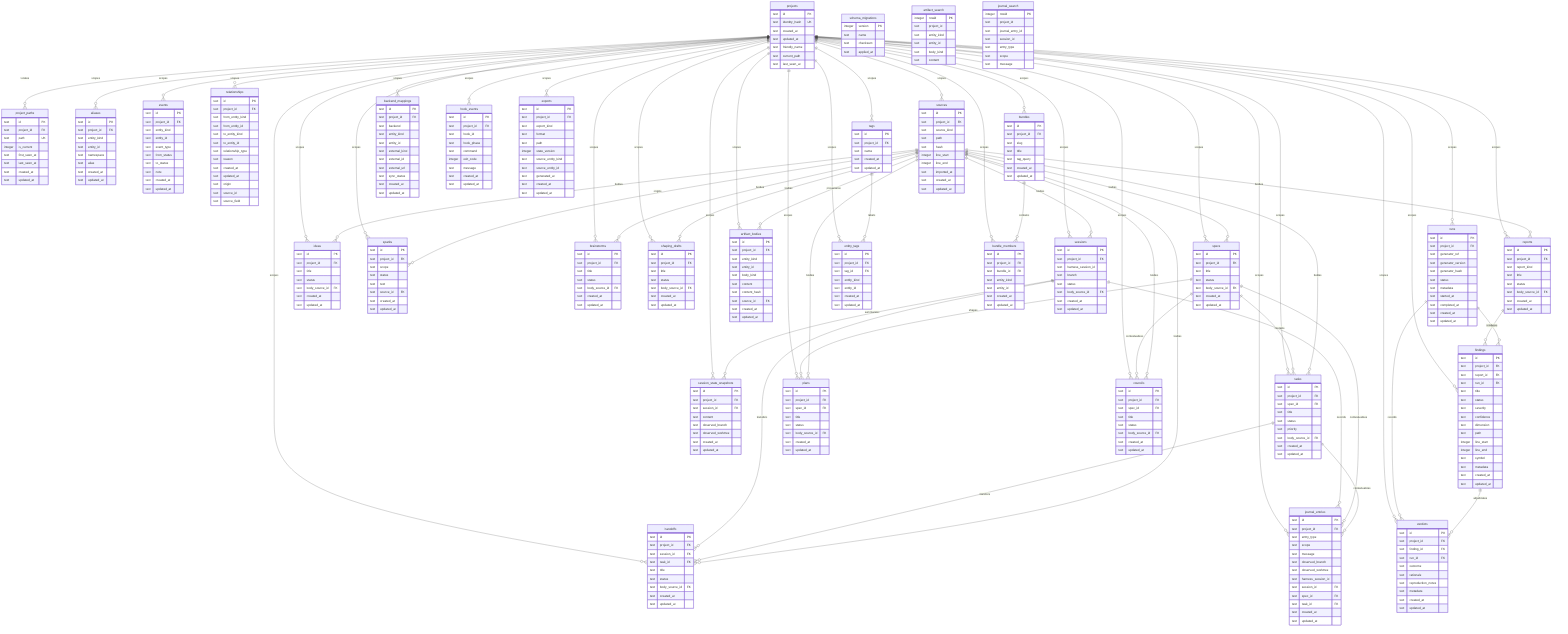
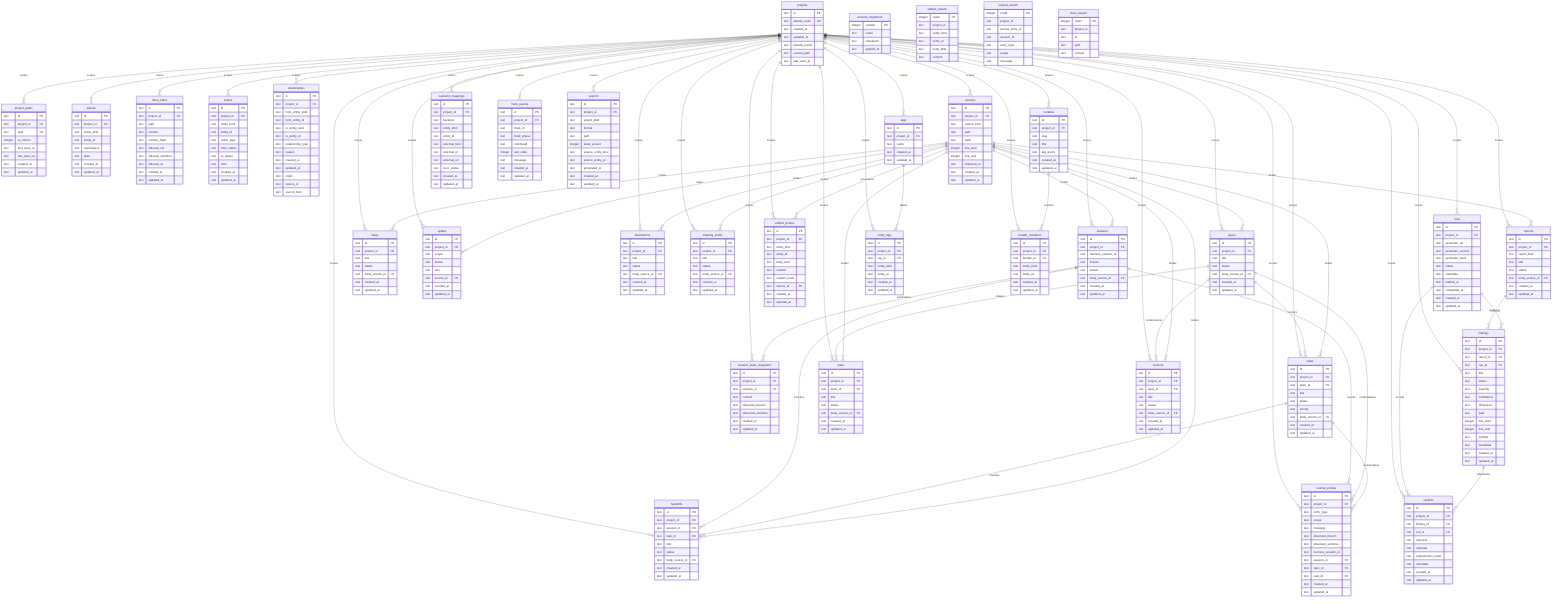
erDiagram
  projects {
    text id PK
    text identity_hash UK
    text created_at
    text updated_at
    text friendly_name
    text current_path
    text last_seen_at
  }
  project_paths {
    text id PK
    text project_id FK
    text path UK
    integer is_current
    text first_seen_at
    text last_seen_at
    text created_at
    text updated_at
  }
  schema_migrations {
    integer version PK
    text name
    text checksum
    text applied_at
  }
  aliases {
    text id PK
    text project_id FK
    text entity_kind
    text entity_id
    text namespace
    text alias
    text created_at
    text updated_at
  }
  specs {
    text id PK
    text project_id FK
    text title
    text status
    text body_source_id FK
    text created_at
    text updated_at
  }
  tasks {
    text id PK
    text project_id FK
    text spec_id FK
    text title
    text status
    text priority
    text body_source_id FK
    text created_at
    text updated_at
  }
  ideas {
    text id PK
    text project_id FK
    text title
    text status
    text body_source_id FK
    text created_at
    text updated_at
  }
  sparks {
    text id PK
    text project_id FK
    text scope
    text status
    text text
    text source_id FK
    text created_at
    text updated_at
  }
  brainstorms {
    text id PK
    text project_id FK
    text title
    text status
    text body_source_id FK
    text created_at
    text updated_at
  }
  shaping_drafts {
    text id PK
    text project_id FK
    text title
    text status
    text body_source_id FK
    text created_at
    text updated_at
  }
  sessions {
    text id PK
    text project_id FK
    text harness_session_id
    text branch
    text status
    text body_source_id FK
    text created_at
    text updated_at
  }
  session_state_snapshots {
    text id PK
    text project_id FK
    text session_id FK
    text content
    text observed_branch
    text observed_worktree
    text created_at
    text updated_at
  }
  artifact_bodies {
    text id PK
    text project_id FK
    text entity_kind
    text entity_id
    text body_kind
    text content
    text content_hash
    text source_id FK
    text created_at
    text updated_at
  }
  artifact_search {
    integer rowid PK
    text project_id
    text entity_kind
    text entity_id
    text body_kind
    text content
  }
  journal_search {
    integer rowid PK
    text project_id
    text journal_entry_id
    text session_id
    text entry_type
    text scope
    text message
+   }
+   docs_index {
+     text id PK
+     text project_id FK
+     text path
+     text content
+     text content_hash
+     text indexed_ref
+     text indexed_worktree
+     text indexed_at
+     text created_at
+     text updated_at
+   }
+   docs_search {
+     integer rowid PK
+     text project_id
+     text id
+     text path
+     text content
  }
  reports {
    text id PK
    text project_id FK
    text report_kind
    text title
    text status
    text body_source_id FK
    text created_at
    text updated_at
  }
  runs {
    text id PK
    text project_id FK
    text generator_ref
    text generator_version
    text generator_hash
    text status
    text metadata
    text started_at
    text completed_at
    text created_at
    text updated_at
  }
  findings {
    text id PK
    text project_id FK
    text report_id FK
    text run_id FK
    text title
    text status
    text severity
    text confidence
    text dimension
    text path
    integer line_start
    integer line_end
    text symbol
    text metadata
    text created_at
    text updated_at
  }
  verdicts {
    text id PK
    text project_id FK
    text finding_id FK
    text run_id FK
    text outcome
    text rationale
    text reproduction_notes
    text metadata
    text created_at
    text updated_at
  }
  plans {
    text id PK
    text project_id FK
    text spec_id FK
    text title
    text status
    text body_source_id FK
    text created_at
    text updated_at
  }
  handoffs {
    text id PK
    text project_id FK
    text session_id FK
    text task_id FK
    text title
    text status
    text body_source_id FK
    text created_at
    text updated_at
  }
  councils {
    text id PK
    text project_id FK
    text spec_id FK
    text title
    text status
    text body_source_id FK
    text created_at
    text updated_at
  }
  journal_entries {
    text id PK
    text project_id FK
    text entry_type
    text scope
    text message
    text observed_branch
    text observed_worktree
    text harness_session_id
    text session_id FK
    text spec_id FK
    text task_id FK
    text created_at
    text updated_at
  }
  events {
    text id PK
    text project_id FK
    text entity_kind
    text entity_id
    text event_type
    text from_status
    text to_status
    text note
    text created_at
    text updated_at
  }
  relationships {
    text id PK
    text project_id FK
    text from_entity_kind
    text from_entity_id
    text to_entity_kind
    text to_entity_id
    text relationship_type
    text reason
    text created_at
    text updated_at
    text origin
    text source_id
    text source_field
  }
  tags {
    text id PK
    text project_id FK
    text name
    text created_at
    text updated_at
  }
  entity_tags {
    text id PK
    text project_id FK
    text tag_id FK
    text entity_kind
    text entity_id
    text created_at
    text updated_at
  }
  bundles {
    text id PK
    text project_id FK
    text slug
    text title
    text tag_query
    text created_at
    text updated_at
  }
  bundle_members {
    text id PK
    text project_id FK
    text bundle_id FK
    text entity_kind
    text entity_id
    text created_at
    text updated_at
  }
  sources {
    text id PK
    text project_id FK
    text source_kind
    text path
    text hash
    integer line_start
    integer line_end
    text imported_at
    text created_at
    text updated_at
  }
  backend_mappings {
    text id PK
    text project_id FK
    text backend
    text entity_kind
    text entity_id
    text external_kind
    text external_id
    text external_url
    text sync_status
    text created_at
    text updated_at
  }
  hook_events {
    text id PK
    text project_id FK
    text hook_id
    text hook_phase
    text command
    integer exit_code
    text message
    text created_at
    text updated_at
  }
  exports {
    text id PK
    text project_id FK
    text export_kind
    text format
    text path
    integer state_version
    text source_entity_kind
    text source_entity_id
    text generated_at
    text created_at
    text updated_at
  }

  projects ||--o{ aliases : scopes
  projects ||--o{ artifact_bodies : scopes
+   projects ||--o{ docs_index : scopes
  projects ||--o{ specs : scopes
  projects ||--o{ tasks : scopes
  projects ||--o{ ideas : scopes
  projects ||--o{ sparks : scopes
  projects ||--o{ brainstorms : scopes
  projects ||--o{ shaping_drafts : scopes
  projects ||--o{ sessions : scopes
  projects ||--o{ session_state_snapshots : scopes
  projects ||--o{ reports : scopes
  projects ||--o{ runs : scopes
  projects ||--o{ findings : scopes
  projects ||--o{ verdicts : scopes
  projects ||--o{ plans : scopes
  projects ||--o{ handoffs : scopes
  projects ||--o{ councils : scopes
  projects ||--o{ journal_entries : scopes
  projects ||--o{ project_paths : locates
  projects ||--o{ events : scopes
  projects ||--o{ relationships : scopes
  projects ||--o{ tags : scopes
  projects ||--o{ entity_tags : scopes
  projects ||--o{ bundles : scopes
  projects ||--o{ bundle_members : scopes
  projects ||--o{ sources : scopes
  projects ||--o{ backend_mappings : scopes
  projects ||--o{ hook_events : scopes
  projects ||--o{ exports : scopes
  specs ||--o{ tasks : contains
  specs ||--o{ plans : shapes
  specs ||--o{ councils : contextualizes
  sessions ||--o{ journal_entries : records
  sessions ||--o{ handoffs : transfers
  sessions ||--o{ session_state_snapshots : summarizes
  tasks ||--o{ handoffs : transfers
  specs ||--o{ journal_entries : contextualizes
  tasks ||--o{ journal_entries : contextualizes
  reports ||--o{ findings : contains
  runs ||--o{ findings : produces
  runs ||--o{ verdicts : records
  findings ||--o{ verdicts : adjudicates
  tags ||--o{ entity_tags : labels
  bundles ||--o{ bundle_members : contains
  sources ||--o{ artifact_bodies : provenance
  sources ||--o{ specs : bodies
  sources ||--o{ tasks : bodies
  sources ||--o{ ideas : bodies
  sources ||--o{ sparks : origins
  sources ||--o{ brainstorms : bodies
  sources ||--o{ shaping_drafts : bodies
  sources ||--o{ sessions : bodies
  sources ||--o{ reports : bodies
  sources ||--o{ plans : bodies
  sources ||--o{ handoffs : bodies
  sources ||--o{ councils : bodies
